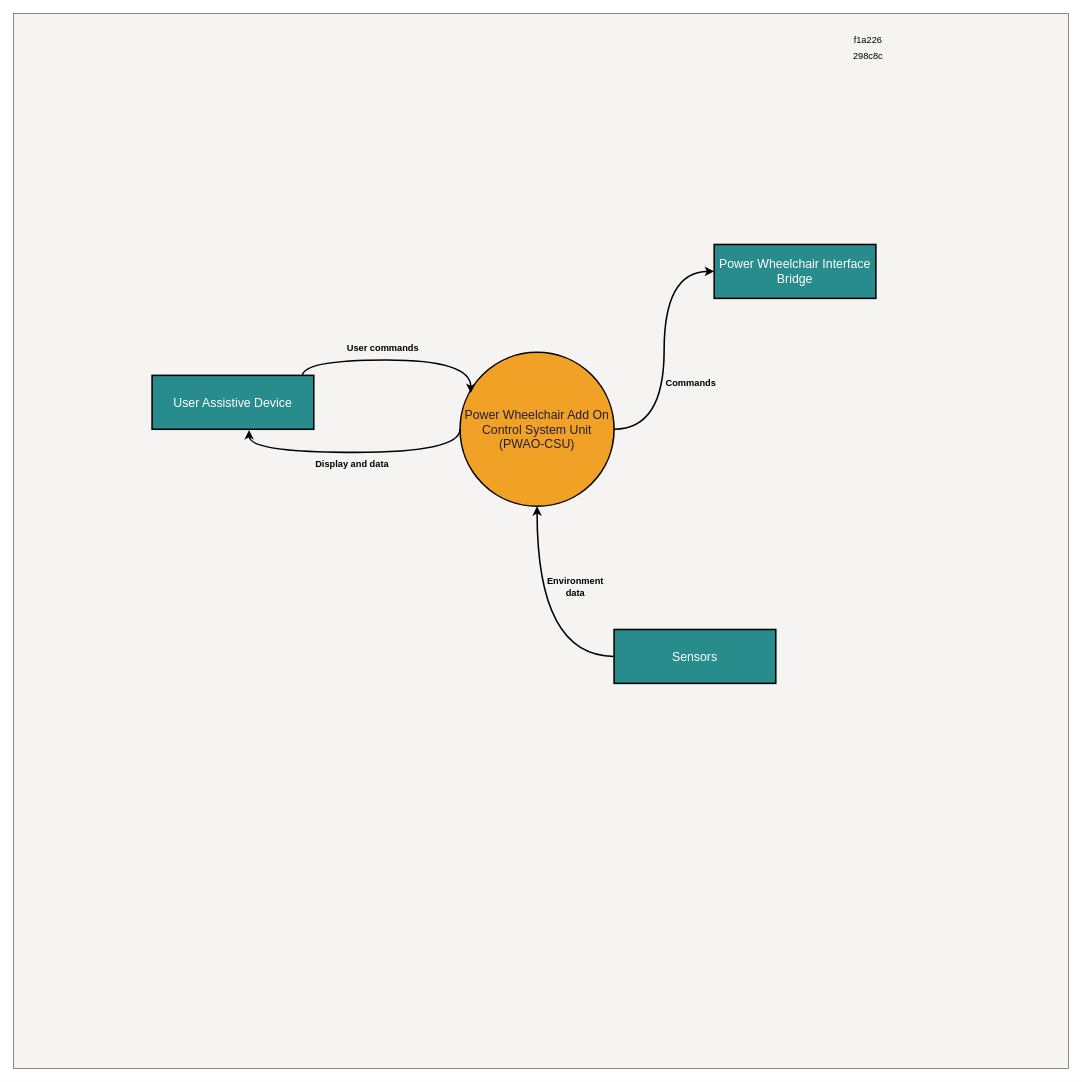
This is Diagrams/System Context.drawio from mekuro9/PWAO-CSU, a draw.io file, before an edit. Source tidied: cells renumbered, new cells numbered last; positions are measured from the earlier drawing's top-left corner, leaving out a move shared by most shapes. Both pictures are drawn from the tidied source at 77%, with x=0, y=0 at pixel (13, 13).
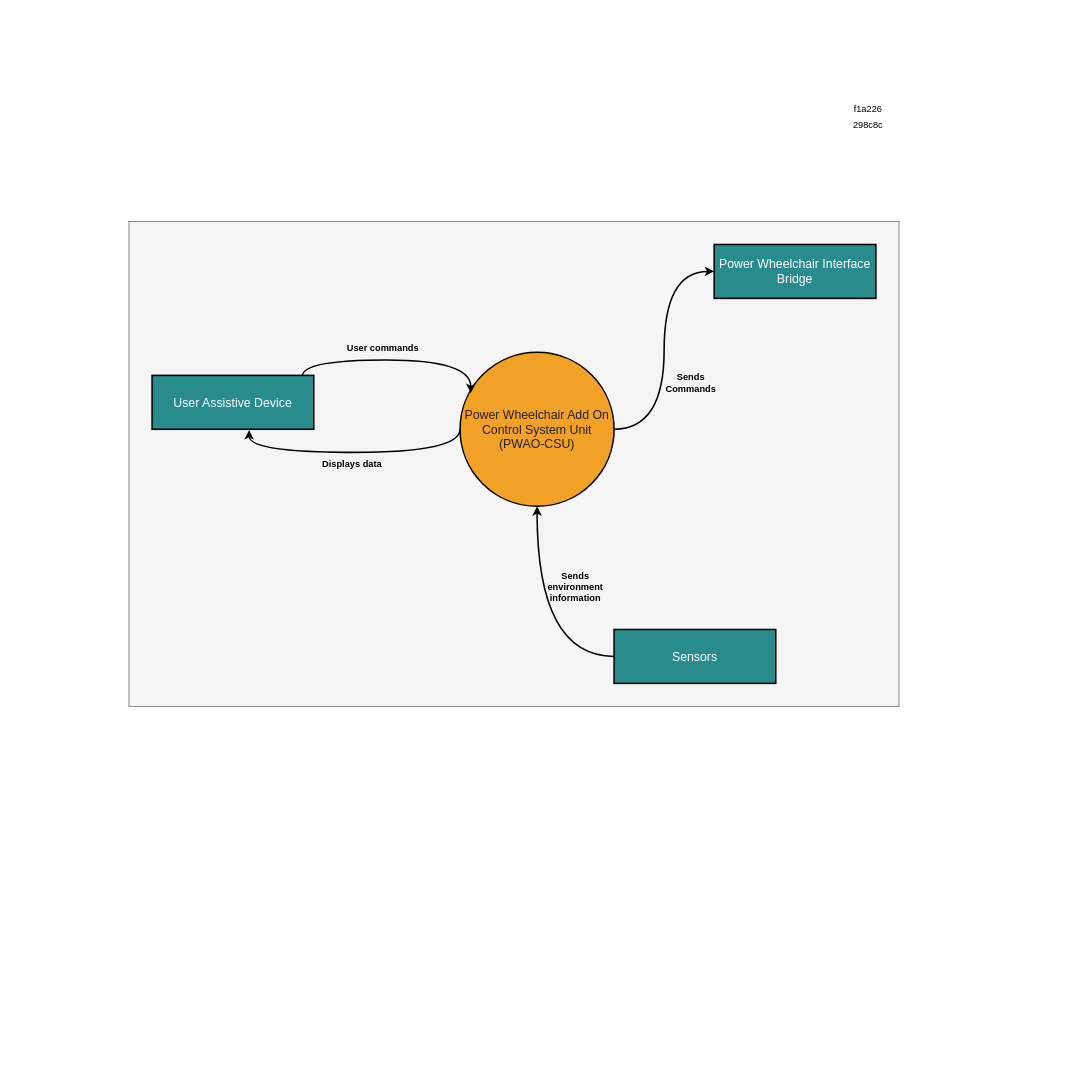
The same page after the edit.

Diff of the diagram source:
```diff
@@
-    <mxCell id="2" style="whiteSpace=wrap;html=1;fillColor=#F5F4F3;strokeColor=#666666;fontColor=#333333;" parent="1" vertex="1">
-      <mxGeometry width="1370" height="1370" as="geometry" />
-    </mxCell>
+    <mxCell id="17" style="rounded=0;whiteSpace=wrap;html=1;fillColor=#f5f5f5;strokeColor=#666666;fontColor=#333333;" parent="1" vertex="1">
+      <mxGeometry x="150" y="270" width="1000" height="630" as="geometry" />
+    </mxCell>
@@
     <mxCell id="5" value="f1a226" style="text;html=1;align=center;verticalAlign=middle;whiteSpace=wrap;rounded=0;" parent="1" vertex="1">
-      <mxGeometry x="1080" y="20" width="60" height="30" as="geometry" />
+      <mxGeometry x="1080" y="110" width="60" height="30" as="geometry" />
     </mxCell>
     <mxCell id="6" value="298c8c" style="text;html=1;align=center;verticalAlign=middle;whiteSpace=wrap;rounded=0;" parent="1" vertex="1">
-      <mxGeometry x="1080" y="40" width="60" height="30" as="geometry" />
+      <mxGeometry x="1080" y="130" width="60" height="30" as="geometry" />
     </mxCell>
@@
-    <mxCell id="14" value="&lt;b&gt;Display and data&lt;br&gt;&lt;/b&gt;" style="text;html=1;align=center;verticalAlign=middle;whiteSpace=wrap;rounded=0;" parent="1" vertex="1">
+    <mxCell id="14" value="&lt;b&gt;Displays data&lt;br&gt;&lt;/b&gt;" style="text;html=1;align=center;verticalAlign=middle;whiteSpace=wrap;rounded=0;" parent="1" vertex="1">
       <mxGeometry x="390" y="570" width="100" height="30" as="geometry" />
     </mxCell>
-    <mxCell id="15" value="&lt;b&gt;Environment data&lt;br&gt;&lt;/b&gt;" style="text;html=1;align=center;verticalAlign=middle;whiteSpace=wrap;rounded=0;" parent="1" vertex="1">
+    <mxCell id="15" value="&lt;b&gt;Sends environment information&lt;br&gt;&lt;/b&gt;" style="text;html=1;align=center;verticalAlign=middle;whiteSpace=wrap;rounded=0;" parent="1" vertex="1">
       <mxGeometry x="680" y="730" width="100" height="30" as="geometry" />
     </mxCell>
-    <mxCell id="16" value="&lt;b&gt;Commands&lt;/b&gt;" style="text;html=1;align=center;verticalAlign=middle;whiteSpace=wrap;rounded=0;" parent="1" vertex="1">
+    <mxCell id="16" value="&lt;b&gt;Sends Commands&lt;/b&gt;" style="text;html=1;align=center;verticalAlign=middle;whiteSpace=wrap;rounded=0;" parent="1" vertex="1">
       <mxGeometry x="830" y="465" width="100" height="30" as="geometry" />
     </mxCell>
```
